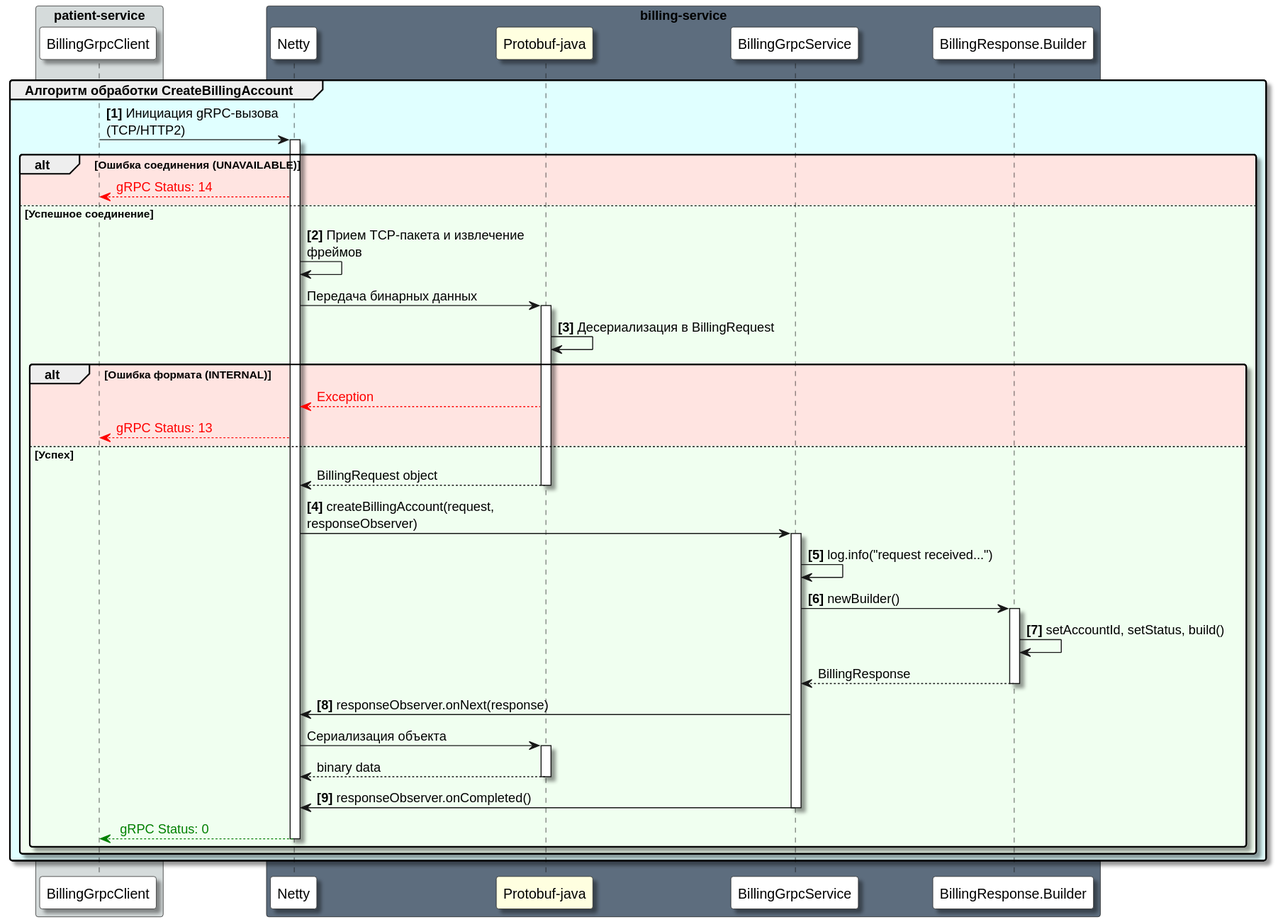
The PlantUML diagram Docs/As-is/Diagrams/CreateBillingAccount.svg in ni1a207/Healthcare-System, before a commit. The source it was exported from:
```plantuml
@startuml
skinparam Shadowing true
skinparam RoundCorner 5
skinparam MaxMessageSize 250

box "patient-service" #D5DBDB
    participant "BillingGrpcClient" as PS #White
end box

box "billing-service" #5D6D7E
    participant "Netty" as Netty #White
    participant "Protobuf-java" as Proto #LightYellow
    participant "BillingGrpcService" as BS #White
    participant "BillingResponse.Builder" as Builder #White
end box

group #LightCyan Алгоритм обработки CreateBillingAccount
    PS -> Netty: **[1]** Инициация gRPC-вызова (TCP/HTTP2)
    activate Netty

    alt #MistyRose Ошибка соединения (UNAVAILABLE)
        Netty --[#red]> PS: <color:#red>gRPC Status: 14</color>
    else #HoneyDew Успешное соединение

        Netty -> Netty: **[2]** Прием TCP-пакета и извлечение фреймов

        Netty -> Proto: Передача бинарных данных
        activate Proto
        Proto -> Proto: **[3]** Десериализация в BillingRequest

        alt #MistyRose Ошибка формата (INTERNAL)
            Proto --[#red]> Netty: <color:#red>Exception</color>
            Netty --[#red]> PS: <color:#red>gRPC Status: 13</color>
        else #HoneyDew Успех
            Proto --> Netty: BillingRequest object
            deactivate Proto

            Netty -> BS: **[4]** createBillingAccount(request, responseObserver)
            activate BS

            BS -> BS: **[5]** log.info("request received...")

                BS -> Builder: **[6]** newBuilder()
                activate Builder
                Builder -> Builder: **[7]** setAccountId, setStatus, build()
                Builder --> BS: BillingResponse
                deactivate Builder

            BS -> Netty: **[8]** responseObserver.onNext(response)
            Netty -> Proto: Сериализация объекта
            activate Proto
            Proto --> Netty: binary data
            deactivate Proto

            BS -> Netty: **[9]** responseObserver.onCompleted()
            deactivate BS

            Netty --[#green]> PS: <color:#green> gRPC Status: 0 </color>
            deactivate Netty
        end
    end
end
@enduml
```
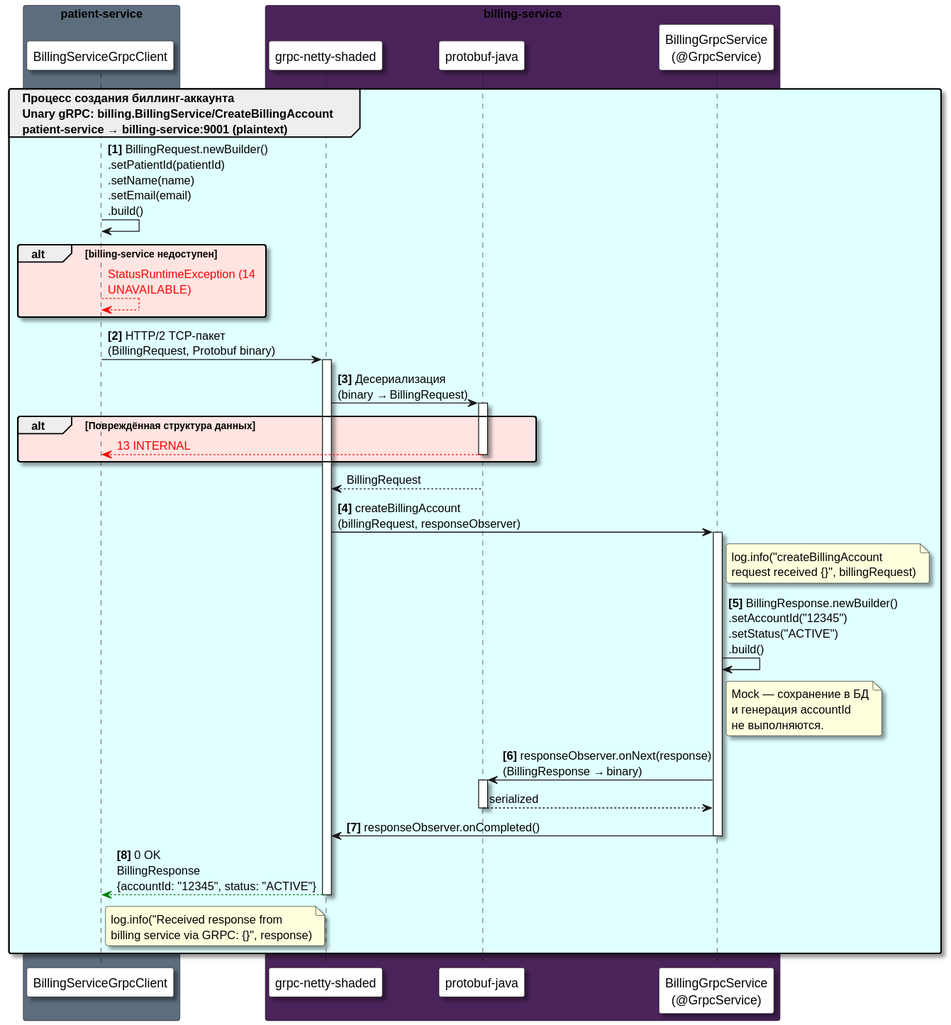
The same file after the commit.

Diff of the diagram source:
```diff
@@ -3,61 +3,50 @@
 skinparam RoundCorner 5
 skinparam MaxMessageSize 250
 
-box "patient-service" #D5DBDB
-    participant "BillingGrpcClient" as PS #White
+box "patient-service" #5D6D7E
+    participant "BillingServiceGrpcClient" as Client #White
 end box
 
-box "billing-service" #5D6D7E
-    participant "Netty" as Netty #White
-    participant "Protobuf-java" as Proto #LightYellow
-    participant "BillingGrpcService" as BS #White
-    participant "BillingResponse.Builder" as Builder #White
+box "billing-service" #4A235A
+    participant "grpc-netty-shaded" as Netty #White
+    participant "protobuf-java" as Proto #White
+    participant "BillingGrpcService\n(@GrpcService)" as Grpc #White
 end box
 
-group #LightCyan Алгоритм обработки CreateBillingAccount
-    PS -> Netty: **[1]** Инициация gRPC-вызова (TCP/HTTP2)
-    activate Netty
+group #LightCyan Процесс создания биллинг-аккаунта\nUnary gRPC: billing.BillingService/CreateBillingAccount\npatient-service → billing-service:9001 (plaintext)
 
-    alt #MistyRose Ошибка соединения (UNAVAILABLE)
-        Netty --[#red]> PS: <color:#red>gRPC Status: 14</color>
-    else #HoneyDew Успешное соединение
+    Client -> Client: **[1]** BillingRequest.newBuilder()\n.setPatientId(patientId)\n.setName(name)\n.setEmail(email)\n.build()
 
-        Netty -> Netty: **[2]** Прием TCP-пакета и извлечение фреймов
+    alt #MistyRose billing-service недоступен
+        Client --[#red]> Client: <color:#red>StatusRuntimeException (14 UNAVAILABLE)</color>
+    end
 
-        Netty -> Proto: Передача бинарных данных
-        activate Proto
-        Proto -> Proto: **[3]** Десериализация в BillingRequest
+    Client -> Netty ++: **[2]** HTTP/2 TCP-пакет\n(BillingRequest, Protobuf binary)
 
-        alt #MistyRose Ошибка формата (INTERNAL)
-            Proto --[#red]> Netty: <color:#red>Exception</color>
-            Netty --[#red]> PS: <color:#red>gRPC Status: 13</color>
-        else #HoneyDew Успех
-            Proto --> Netty: BillingRequest object
-            deactivate Proto
+    Netty -> Proto ++: **[3]** Десериализация\n(binary → BillingRequest)
 
-            Netty -> BS: **[4]** createBillingAccount(request, responseObserver)
-            activate BS
+    alt #MistyRose Повреждённая структура данных
+        Proto --[#red]> Client: <color:#red>13 INTERNAL</color>
+        deactivate Proto
+    end
 
-            BS -> BS: **[5]** log.info("request received...")
+    Proto --> Netty --: BillingRequest
 
-                BS -> Builder: **[6]** newBuilder()
-                activate Builder
-                Builder -> Builder: **[7]** setAccountId, setStatus, build()
-                Builder --> BS: BillingResponse
-                deactivate Builder
+    Netty -> Grpc ++: **[4]** createBillingAccount\n(billingRequest, responseObserver)
+    note right of Grpc: log.info("createBillingAccount\nrequest received {}", billingRequest)
 
-            BS -> Netty: **[8]** responseObserver.onNext(response)
-            Netty -> Proto: Сериализация объекта
-            activate Proto
-            Proto --> Netty: binary data
-            deactivate Proto
+    Grpc -> Grpc: **[5]** BillingResponse.newBuilder()\n.setAccountId("12345")\n.setStatus("ACTIVE")\n.build()
+    note right of Grpc: Mock — сохранение в БД\nи генерация accountId\nне выполняются.
 
-            BS -> Netty: **[9]** responseObserver.onCompleted()
-            deactivate BS
+    Grpc -> Proto ++: **[6]** responseObserver.onNext(response)\n(BillingResponse → binary)
+    Proto --> Grpc --: serialized
 
-            Netty --[#green]> PS: <color:#green> gRPC Status: 0 </color>
-            deactivate Netty
-        end
-    end
+    Grpc -> Netty: **[7]** responseObserver.onCompleted()
+    deactivate Grpc
+
+    Netty --[#green]> Client --: **[8]** 0 OK\nBillingResponse\n{accountId: "12345", status: "ACTIVE"}
+
+    note right of Client: log.info("Received response from\nbilling service via GRPC: {}", response)
+
 end
 @enduml
```
